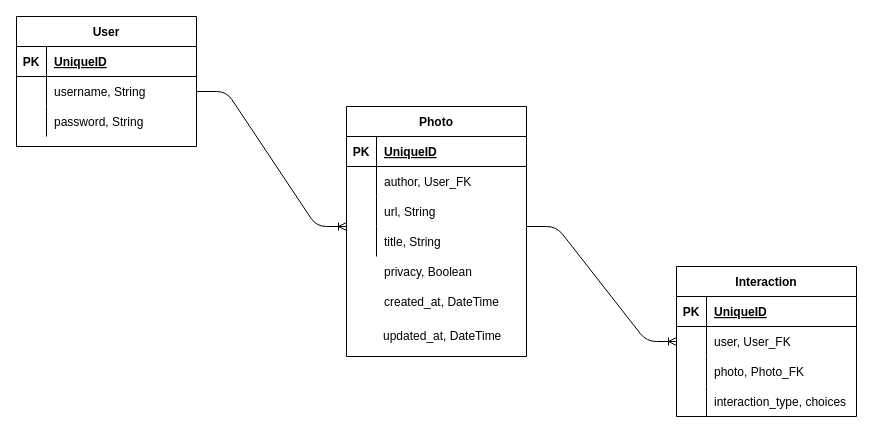
Above: media/erd.drawio in chuckchoiboi/snapper (draw.io), before the change. Source tidied: cells renumbered, new cells numbered last; positions are measured from the earlier drawing's top-left corner, leaving out a move shared by most shapes. Both pictures are drawn from the tidied source at 100%, with x=0, y=0 at pixel (16, 16).
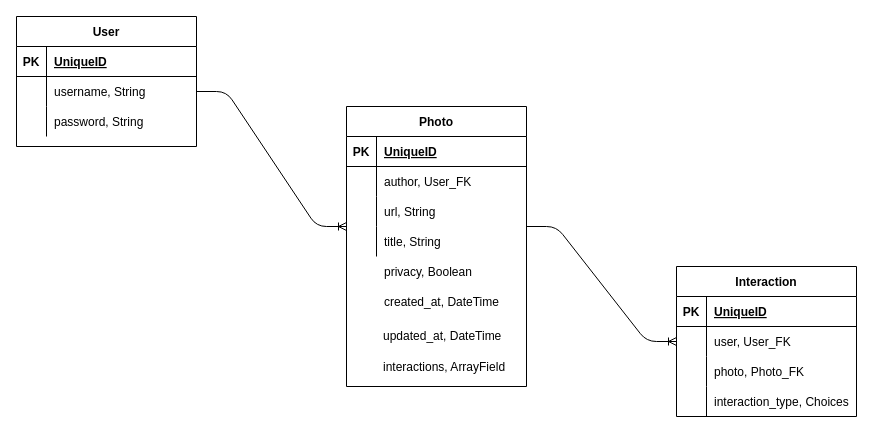
Above is the later version.

Commit message (it also covers changes not shown here):
interaction icons added with fontawesome

The change refers to these unchanged cells:
```xml
<mxCell id="35" style="shape=partialRectangle;fillColor=none;top=0;left=0;bottom=0;right=0;" parent="25" vertex="1">
  <mxGeometry y="120" width="180" height="30" as="geometry" />
</mxCell>
```

What changed in the source:
```diff
@@
     <mxCell id="12" value="Photo" style="shape=table;startSize=30;childLayout=tableLayout;rowLines=0;fontStyle=1;align=center;" parent="1" vertex="1">
-      <mxGeometry x="330" y="90" width="180" height="250" as="geometry" />
+      <mxGeometry x="330" y="90" width="180" height="280" as="geometry" />
     </mxCell>
@@
-    <mxCell id="37" value="interaction_type, choices" style="shape=partialRectangle;fillColor=none;top=0;left=0;bottom=0;right=0;align=left;spacingLeft=6;overflow=hidden;" parent="35" vertex="1">
+    <mxCell id="37" value="interaction_type, Choices" style="shape=partialRectangle;fillColor=none;top=0;left=0;bottom=0;right=0;align=left;spacingLeft=6;overflow=hidden;" parent="35" vertex="1">
       <mxGeometry x="30" width="150" height="30" as="geometry" />
     </mxCell>
@@
+    <mxCell id="43" value="interactions, ArrayField" style="shape=partialRectangle;fillColor=none;top=0;left=0;bottom=0;right=0;align=left;spacingLeft=6;overflow=hidden;" parent="1" vertex="1">
+      <mxGeometry x="359" y="335" width="150" height="30" as="geometry" />
+    </mxCell>
```
